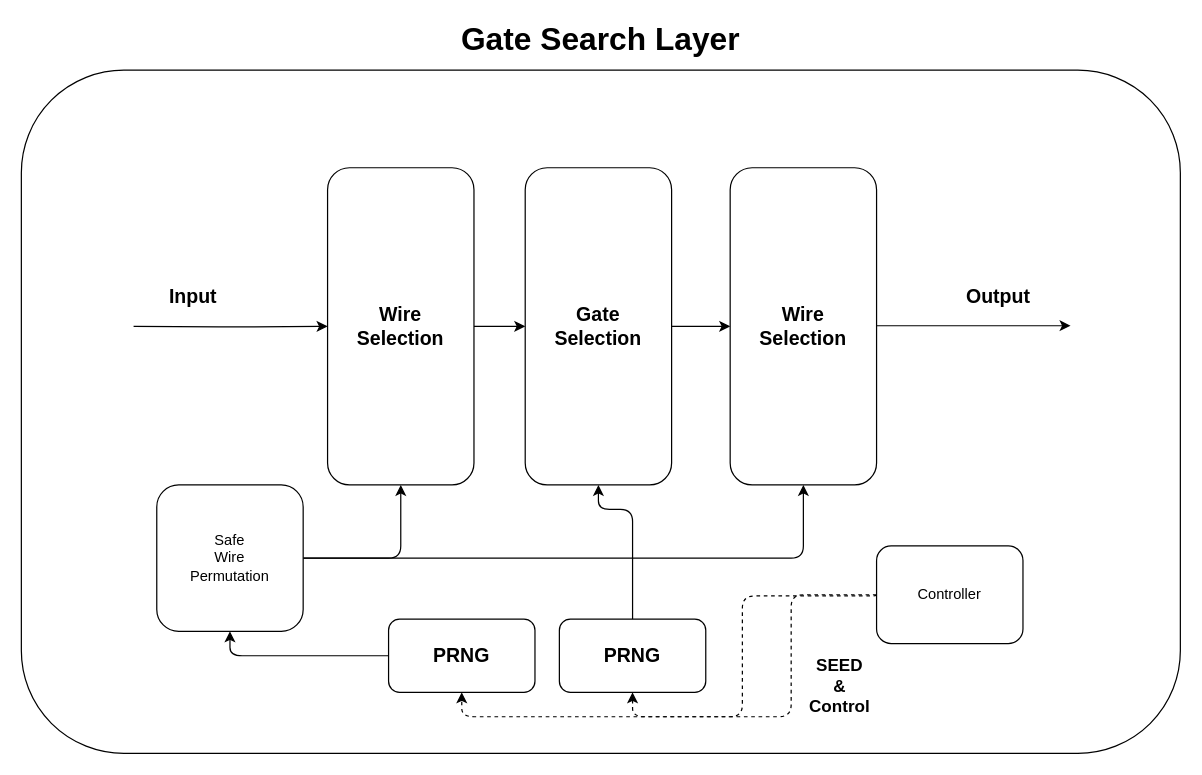
Before: page "Gate Search Layer" (5 of 6) of Docs/High-level-Architecture.drawio in gausslabs/wayfarer, a draw.io diagram. Source tidied: cells renumbered, new cells numbered last; positions are measured from the earlier drawing's top-left corner, leaving out a move shared by most shapes. Both pictures are drawn from the tidied source at 122%, with x=0, y=0 at pixel (21, 21).
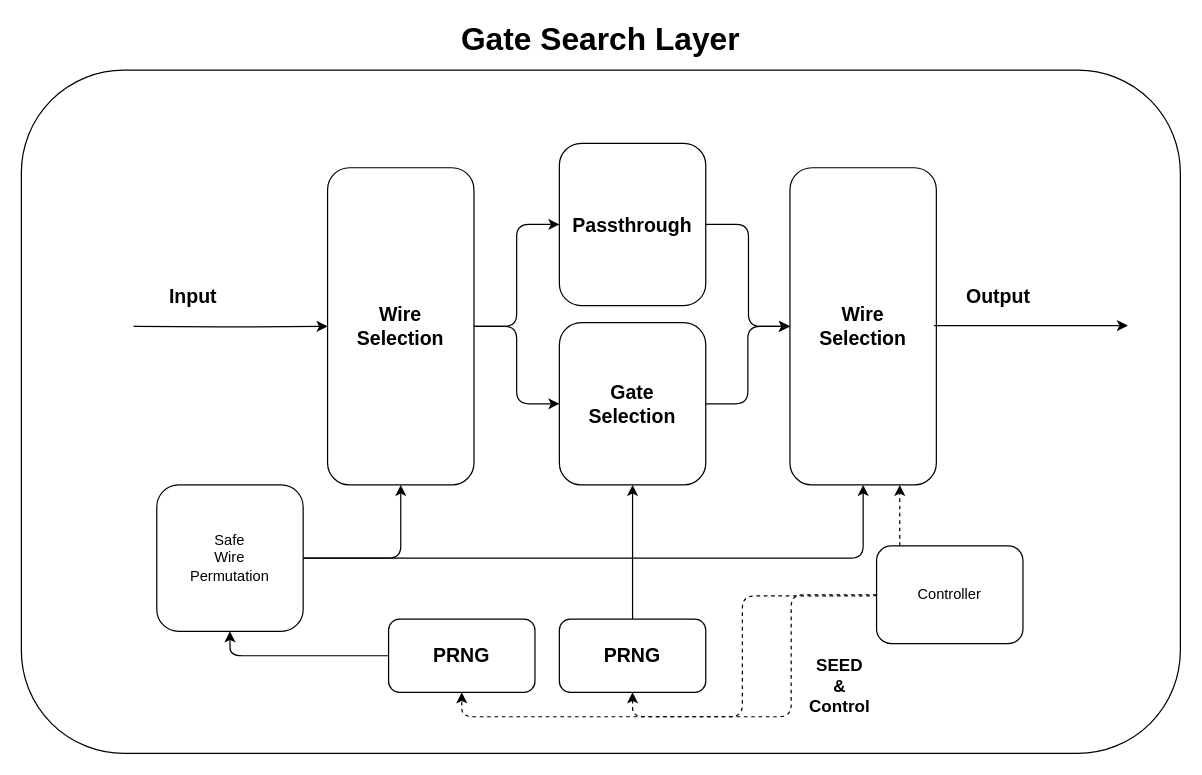
The same page after the edit.

Unchanged cells that the change refers to:
```xml
<mxCell id="5" value="&lt;b&gt;&lt;font style=&quot;font-size: 16px;&quot;&gt;Wire&lt;br&gt;Selection&lt;/font&gt;&lt;/b&gt;" style="rounded=1;whiteSpace=wrap;html=1;" parent="1" vertex="1">
  <mxGeometry x="251" y="120" width="120" height="260" as="geometry" />
</mxCell>
<mxCell id="14" value="&lt;b&gt;&lt;font style=&quot;font-size: 16px;&quot;&gt;PRNG&lt;/font&gt;&lt;/b&gt;" style="rounded=1;whiteSpace=wrap;html=1;" parent="1" vertex="1">
  <mxGeometry x="441" y="490" width="120" height="60" as="geometry" />
</mxCell>
<mxCell id="18" value="Controller" style="rounded=1;whiteSpace=wrap;html=1;" parent="1" vertex="1">
  <mxGeometry x="701" y="430" width="120" height="80" as="geometry" />
</mxCell>
```

Diff of the diagram source:
```diff
@@
+    <mxCell id="24" style="edgeStyle=elbowEdgeStyle;html=1;exitX=1;exitY=0.5;exitDx=0;exitDy=0;entryX=0;entryY=0.5;entryDx=0;entryDy=0;" parent="1" edge="1" source="5" target="27">
+      <mxGeometry relative="1" as="geometry" />
+    </mxCell>
@@
     <mxCell id="7" value="&lt;b&gt;&lt;font style=&quot;font-size: 16px;&quot;&gt;Gate&lt;br&gt;Selection&lt;/font&gt;&lt;/b&gt;" style="rounded=1;whiteSpace=wrap;html=1;" parent="1" vertex="1">
-      <mxGeometry x="413" y="120" width="120" height="260" as="geometry" />
+      <mxGeometry x="441" y="247" width="120" height="133" as="geometry" />
     </mxCell>
@@
     <mxCell id="9" value="&lt;b&gt;&lt;font style=&quot;font-size: 16px;&quot;&gt;Wire&lt;br&gt;Selection&lt;/font&gt;&lt;/b&gt;" style="rounded=1;whiteSpace=wrap;html=1;" parent="1" vertex="1">
-      <mxGeometry x="581" y="120" width="120" height="260" as="geometry" />
+      <mxGeometry x="630" y="120" width="120" height="260" as="geometry" />
     </mxCell>
@@
-    <mxCell id="13" style="edgeStyle=orthogonalEdgeStyle;rounded=1;jettySize=auto;html=1;entryX=0.5;entryY=1;entryDx=0;entryDy=0;" parent="1" edge="1" source="14" target="7">
-      <mxGeometry relative="1" as="geometry">
-        <Array as="points">
-          <mxPoint x="501" y="400" />
-          <mxPoint x="473" y="400" />
-        </Array>
-      </mxGeometry>
+    <mxCell id="13" style="edgeStyle=none;html=1;entryX=0.5;entryY=1;entryDx=0;entryDy=0;" parent="1" edge="1" source="14" target="7">
+      <mxGeometry relative="1" as="geometry" />
     </mxCell>
@@
+    <mxCell id="25" style="edgeStyle=elbowEdgeStyle;html=1;entryX=0.75;entryY=1;entryDx=0;entryDy=0;dashed=1;" parent="1" edge="1" source="18" target="9">
+      <mxGeometry relative="1" as="geometry" />
+    </mxCell>
@@
     <mxCell id="21" style="edgeStyle=orthogonalEdgeStyle;rounded=1;orthogonalLoop=1;jettySize=auto;html=1;" parent="1" edge="1">
       <mxGeometry relative="1" as="geometry">
-        <mxPoint x="701" y="249.5" as="sourcePoint" />
-        <mxPoint x="860" y="249.5" as="targetPoint" />
+        <mxPoint x="748" y="249.4" as="sourcePoint" />
+        <mxPoint x="907" y="249.4" as="targetPoint" />
       </mxGeometry>
     </mxCell>
@@
+    <mxCell id="26" style="edgeStyle=elbowEdgeStyle;html=1;exitX=1;exitY=0.5;exitDx=0;exitDy=0;entryX=0;entryY=0.5;entryDx=0;entryDy=0;" parent="1" edge="1" source="27" target="9">
+      <mxGeometry relative="1" as="geometry" />
+    </mxCell>
+    <mxCell id="27" value="&lt;span style=&quot;font-size: 16px;&quot;&gt;&lt;b&gt;Passthrough&lt;/b&gt;&lt;/span&gt;" style="rounded=1;whiteSpace=wrap;html=1;" parent="1" vertex="1">
+      <mxGeometry x="441" y="100" width="120" height="133" as="geometry" />
+    </mxCell>
```
